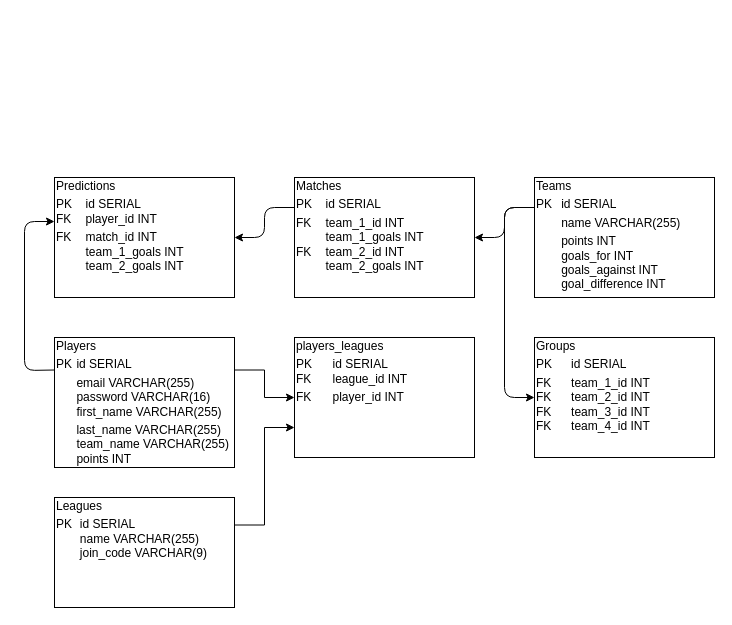
Earlier version of the draw.io diagram planning/db_diagram.drawio (Stanhoucke/euros_predictor). Source tidied: cells renumbered, new cells numbered last; positions are measured from the earlier drawing's top-left corner, leaving out a move shared by most shapes. Both pictures are drawn from the tidied source at 100%, with x=0, y=0 at pixel (24, 177).
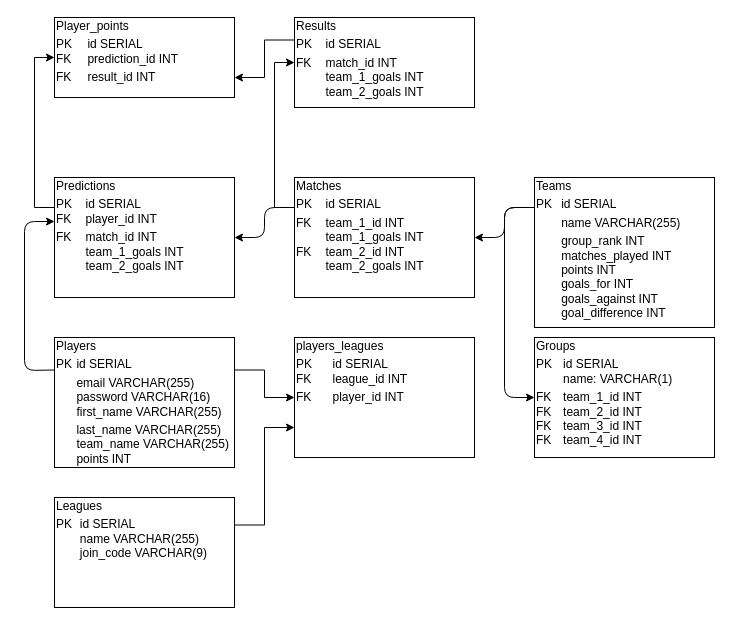
The same diagram, later.

Commit message (it also covers changes not shown here):
added player_points and results tables. Started class diagrams

Unchanged cells that the change refers to:
```xml
<mxCell id="5" value="&lt;div style=&quot;box-sizing: border-box ; width: 100% ; padding: 2px&quot;&gt;Matches&lt;/div&gt;&lt;table style=&quot;width: 100% ; font-size: 1em&quot; cellpadding=&quot;2&quot; cellspacing=&quot;0&quot;&gt;&lt;tbody&gt;&lt;tr&gt;&lt;td&gt;PK&lt;/td&gt;&lt;td&gt;id SERIAL&lt;/td&gt;&lt;/tr&gt;&lt;tr&gt;&lt;td&gt;FK&lt;br&gt;&lt;br&gt;FK&lt;br&gt;&lt;br&gt;&lt;br&gt;&lt;/td&gt;&lt;td&gt;team_1_id INT&lt;br&gt;team_1_goals INT&lt;br&gt;team_2_id INT&lt;br&gt;team_2_goals INT&lt;br&gt;&lt;br&gt;&lt;/td&gt;&lt;/tr&gt;&lt;/tbody&gt;&lt;/table&gt;" style="verticalAlign=top;align=left;overflow=fill;html=1;labelBackgroundColor=none;" parent="1" vertex="1">
  <mxGeometry x="270" width="180" height="120" as="geometry" />
</mxCell>
<mxCell id="9" value="&lt;div style=&quot;box-sizing: border-box ; width: 100% ; padding: 2px&quot;&gt;Predictions&lt;/div&gt;&lt;table style=&quot;width: 100% ; font-size: 1em&quot; cellpadding=&quot;2&quot; cellspacing=&quot;0&quot;&gt;&lt;tbody&gt;&lt;tr&gt;&lt;td&gt;PK&lt;br&gt;FK&lt;/td&gt;&lt;td&gt;id SERIAL&lt;br&gt;player_id INT&lt;/td&gt;&lt;/tr&gt;&lt;tr&gt;&lt;td&gt;FK&lt;br&gt;&lt;br&gt;&lt;br&gt;&lt;br&gt;&lt;/td&gt;&lt;td&gt;match_id INT&lt;br&gt;team_1_goals INT&lt;br&gt;team_2_goals INT&lt;br&gt;&lt;br&gt;&lt;/td&gt;&lt;/tr&gt;&lt;/tbody&gt;&lt;/table&gt;" style="verticalAlign=top;align=left;overflow=fill;html=1;labelBackgroundColor=none;" parent="1" vertex="1">
  <mxGeometry x="30" width="180" height="120" as="geometry" />
</mxCell>
```

What changed in the source:
```diff
@@
-    <mxCell id="4" value="&lt;div style=&quot;box-sizing: border-box ; width: 100% ; padding: 2px&quot;&gt;Teams&lt;/div&gt;&lt;table style=&quot;width: 100% ; font-size: 1em&quot; cellpadding=&quot;2&quot; cellspacing=&quot;0&quot;&gt;&lt;tbody&gt;&lt;tr&gt;&lt;td&gt;PK&lt;/td&gt;&lt;td&gt;id SERIAL&lt;/td&gt;&lt;/tr&gt;&lt;tr&gt;&lt;td&gt;&lt;br&gt;&lt;/td&gt;&lt;td&gt;name VARCHAR(255)&lt;/td&gt;&lt;/tr&gt;&lt;tr&gt;&lt;td&gt;&lt;/td&gt;&lt;td&gt;points INT&lt;br&gt;goals_for INT&lt;br&gt;goals_against INT&lt;br&gt;goal_difference INT&lt;/td&gt;&lt;/tr&gt;&lt;/tbody&gt;&lt;/table&gt;" style="verticalAlign=top;align=left;overflow=fill;html=1;labelBackgroundColor=none;" parent="1" vertex="1">
-      <mxGeometry x="510" width="180" height="120" as="geometry" />
+    <mxCell id="4" value="&lt;div style=&quot;box-sizing: border-box ; width: 100% ; padding: 2px&quot;&gt;Teams&lt;/div&gt;&lt;table style=&quot;width: 100% ; font-size: 1em&quot; cellpadding=&quot;2&quot; cellspacing=&quot;0&quot;&gt;&lt;tbody&gt;&lt;tr&gt;&lt;td&gt;PK&lt;/td&gt;&lt;td&gt;id SERIAL&lt;/td&gt;&lt;/tr&gt;&lt;tr&gt;&lt;td&gt;&lt;br&gt;&lt;/td&gt;&lt;td&gt;name VARCHAR(255)&lt;/td&gt;&lt;/tr&gt;&lt;tr&gt;&lt;td&gt;&lt;/td&gt;&lt;td&gt;group_rank INT&lt;br&gt;matches_played INT&lt;br&gt;points INT&lt;br&gt;goals_for INT&lt;br&gt;goals_against INT&lt;br&gt;goal_difference INT&lt;/td&gt;&lt;/tr&gt;&lt;/tbody&gt;&lt;/table&gt;" style="verticalAlign=top;align=left;overflow=fill;html=1;labelBackgroundColor=none;" parent="1" vertex="1">
+      <mxGeometry x="510" width="180" height="150" as="geometry" />
     </mxCell>
+    <mxCell id="15" style="edgeStyle=orthogonalEdgeStyle;rounded=0;jettySize=auto;html=1;exitX=0;exitY=0.25;exitDx=0;exitDy=0;entryX=0;entryY=0.5;entryDx=0;entryDy=0;" parent="1" edge="1" source="5" target="18">
+      <mxGeometry relative="1" as="geometry" />
+    </mxCell>
@@
-    <mxCell id="6" style="endArrow=classic;html=1;entryX=1;entryY=0.5;entryDx=0;entryDy=0;exitX=0;exitY=0.25;exitDx=0;exitDy=0;" parent="1" edge="1" source="4" target="5">
+    <mxCell id="6" style="endArrow=classic;html=1;entryX=1;entryY=0.5;entryDx=0;entryDy=0;" parent="1" edge="1" target="5">
       <mxGeometry relative="1" as="geometry">
+        <mxPoint x="510" y="30" as="sourcePoint" />
         <Array as="points">
           <mxPoint x="480" y="30" />
           <mxPoint x="480" y="60" />
         </Array>
       </mxGeometry>
     </mxCell>
-    <mxCell id="7" value="&lt;div style=&quot;box-sizing: border-box ; width: 100% ; padding: 2px&quot;&gt;Groups&lt;/div&gt;&lt;table style=&quot;width: 100% ; font-size: 1em&quot; cellpadding=&quot;2&quot; cellspacing=&quot;0&quot;&gt;&lt;tbody&gt;&lt;tr&gt;&lt;td&gt;PK&lt;/td&gt;&lt;td&gt;id SERIAL&lt;/td&gt;&lt;/tr&gt;&lt;tr&gt;&lt;td&gt;FK&lt;br&gt;FK&lt;br&gt;FK&lt;br&gt;FK&lt;br&gt;&lt;br&gt;&lt;/td&gt;&lt;td&gt;team_1_id INT&lt;br&gt;team_2_id INT&lt;br&gt;team_3_id INT&lt;br&gt;team_4_id INT&lt;br&gt;&lt;br&gt;&lt;/td&gt;&lt;/tr&gt;&lt;/tbody&gt;&lt;/table&gt;" style="verticalAlign=top;align=left;overflow=fill;html=1;labelBackgroundColor=none;" parent="1" vertex="1">
+    <mxCell id="7" value="&lt;div style=&quot;box-sizing: border-box ; width: 100% ; padding: 2px&quot;&gt;Groups&lt;/div&gt;&lt;table style=&quot;width: 100% ; font-size: 1em&quot; cellpadding=&quot;2&quot; cellspacing=&quot;0&quot;&gt;&lt;tbody&gt;&lt;tr&gt;&lt;td&gt;PK&lt;br&gt;&lt;br&gt;&lt;/td&gt;&lt;td&gt;id SERIAL&lt;br&gt;name: VARCHAR(1)&lt;/td&gt;&lt;/tr&gt;&lt;tr&gt;&lt;td&gt;FK&lt;br&gt;FK&lt;br&gt;FK&lt;br&gt;FK&lt;br&gt;&lt;br&gt;&lt;/td&gt;&lt;td&gt;team_1_id INT&lt;br&gt;team_2_id INT&lt;br&gt;team_3_id INT&lt;br&gt;team_4_id INT&lt;br&gt;&lt;br&gt;&lt;/td&gt;&lt;/tr&gt;&lt;/tbody&gt;&lt;/table&gt;" style="verticalAlign=top;align=left;overflow=fill;html=1;labelBackgroundColor=none;" parent="1" vertex="1">
       <mxGeometry x="510" y="160" width="180" height="120" as="geometry" />
     </mxCell>
@@
+    <mxCell id="16" style="edgeStyle=orthogonalEdgeStyle;rounded=0;jettySize=auto;html=1;exitX=0;exitY=0.25;exitDx=0;exitDy=0;entryX=0;entryY=0.5;entryDx=0;entryDy=0;" parent="1" edge="1" source="9" target="19">
+      <mxGeometry relative="1" as="geometry" />
+    </mxCell>
@@
+    <mxCell id="17" style="edgeStyle=orthogonalEdgeStyle;rounded=0;jettySize=auto;html=1;exitX=0;exitY=0.25;exitDx=0;exitDy=0;entryX=1;entryY=0.75;entryDx=0;entryDy=0;" parent="1" edge="1" source="18" target="19">
+      <mxGeometry relative="1" as="geometry" />
+    </mxCell>
+    <mxCell id="18" value="&lt;div style=&quot;box-sizing: border-box ; width: 100% ; padding: 2px&quot;&gt;Results&lt;/div&gt;&lt;table style=&quot;width: 100% ; font-size: 1em&quot; cellpadding=&quot;2&quot; cellspacing=&quot;0&quot;&gt;&lt;tbody&gt;&lt;tr&gt;&lt;td&gt;PK&lt;br&gt;&lt;/td&gt;&lt;td&gt;id SERIAL&lt;br&gt;&lt;/td&gt;&lt;/tr&gt;&lt;tr&gt;&lt;td&gt;FK&lt;br&gt;&lt;br&gt;&lt;br&gt;&lt;br&gt;&lt;/td&gt;&lt;td&gt;match_id INT&lt;br&gt;team_1_goals INT&lt;br&gt;team_2_goals INT&lt;br&gt;&lt;br&gt;&lt;/td&gt;&lt;/tr&gt;&lt;/tbody&gt;&lt;/table&gt;" style="verticalAlign=top;align=left;overflow=fill;html=1;labelBackgroundColor=none;" parent="1" vertex="1">
+      <mxGeometry x="270" y="-160" width="180" height="90" as="geometry" />
+    </mxCell>
+    <mxCell id="19" value="&lt;div style=&quot;box-sizing: border-box ; width: 100% ; padding: 2px&quot;&gt;Player_points&lt;/div&gt;&lt;table style=&quot;width: 100% ; font-size: 1em&quot; cellpadding=&quot;2&quot; cellspacing=&quot;0&quot;&gt;&lt;tbody&gt;&lt;tr&gt;&lt;td&gt;PK&lt;br&gt;FK&lt;/td&gt;&lt;td&gt;id SERIAL&lt;br&gt;prediction_id INT&lt;/td&gt;&lt;/tr&gt;&lt;tr&gt;&lt;td&gt;FK&lt;br&gt;&lt;br&gt;&lt;/td&gt;&lt;td&gt;result_id INT&lt;br&gt;&lt;br&gt;&lt;/td&gt;&lt;/tr&gt;&lt;/tbody&gt;&lt;/table&gt;" style="verticalAlign=top;align=left;overflow=fill;html=1;labelBackgroundColor=none;" parent="1" vertex="1">
+      <mxGeometry x="30" y="-160" width="180" height="80" as="geometry" />
+    </mxCell>
```
